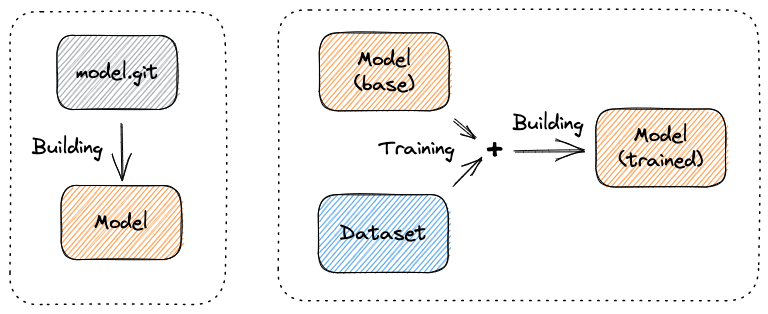
Above: static/img/diagrams/model-architecture.excalidraw.png in substratusai/substratusai.github.io (Excalidraw), before the change. Source tidied: one line per element, renumbered; positions are measured from the earlier drawing's top-left corner, leaving out a move shared by most shapes. The source it was exported from:
```json
{"id": 0, "type": "rectangle", "strokeColor": "#000000", "backgroundColor": "#fd7e14", "fillStyle": "hachure", "strokeWidth": 1, "roughness": 1, "round": true, "x": 51, "y": 176, "width": 120, "height": 74}
{"id": 1, "type": "text", "text": "Model", "strokeColor": "#000000", "strokeWidth": 1, "roughness": 1, "fontSize": 20, "fontFamily": 1, "textAlign": "center", "verticalAlign": "middle", "inside": 0, "x": 84, "y": 200, "width": 54, "height": 25}
{"id": 2, "type": "rectangle", "strokeColor": "#000000", "backgroundColor": "#868e96", "fillStyle": "hachure", "strokeWidth": 1, "roughness": 1, "round": true, "x": 47, "y": 25, "width": 120, "height": 74}
{"id": 3, "type": "text", "text": "model.git", "strokeColor": "#000000", "strokeWidth": 1, "roughness": 1, "fontSize": 20, "fontFamily": 1, "textAlign": "center", "verticalAlign": "middle", "inside": 2, "x": 66, "y": 50, "width": 82, "height": 25}
{"id": 4, "type": "arrow", "strokeColor": "#000000", "strokeWidth": 1, "roughness": 1, "endArrowhead": "arrow", "round": true, "from": 2, "to": 0, "x": 111, "y": 114, "width": 1, "height": 57, "points": [[0, 0], [1, 57]]}
{"id": 5, "type": "text", "text": "Building", "strokeColor": "#000000", "strokeWidth": 1, "roughness": 1, "fontSize": 20, "fontFamily": 1, "x": 22, "y": 125, "width": 71, "height": 25}
{"id": 6, "type": "rectangle", "strokeColor": "#000000", "strokeWidth": 1, "strokeStyle": "dotted", "roughness": 1, "round": true, "x": 0, "y": 2, "width": 215, "height": 293}
{"id": 7, "type": "rectangle", "strokeColor": "#000000", "backgroundColor": "#fd7e14", "fillStyle": "hachure", "strokeWidth": 1, "roughness": 1, "round": true, "x": 309, "y": 23, "width": 130, "height": 78}
{"id": 8, "type": "text", "text": "Model\n(base)", "strokeColor": "#000000", "strokeWidth": 1, "roughness": 1, "fontSize": 20, "fontFamily": 1, "textAlign": "center", "verticalAlign": "middle", "inside": 7, "x": 344, "y": 37, "width": 60, "height": 50}
{"id": 9, "type": "rectangle", "strokeColor": "#000000", "backgroundColor": "#228be6", "fillStyle": "hachure", "strokeWidth": 1, "roughness": 1, "round": true, "x": 308, "y": 185, "width": 130, "height": 78}
{"id": 10, "type": "text", "text": "Dataset", "strokeColor": "#000000", "strokeWidth": 1, "roughness": 1, "fontSize": 20, "fontFamily": 1, "textAlign": "center", "verticalAlign": "middle", "inside": 9, "x": 330, "y": 211, "width": 87, "height": 25}
{"id": 11, "type": "rectangle", "strokeColor": "#000000", "backgroundColor": "#fd7e14", "fillStyle": "hachure", "strokeWidth": 1, "roughness": 1, "round": true, "x": 586, "y": 99, "width": 130, "height": 78}
{"id": 12, "type": "text", "text": "Model\n(trained)", "strokeColor": "#000000", "strokeWidth": 1, "roughness": 1, "fontSize": 20, "fontFamily": 1, "textAlign": "center", "verticalAlign": "middle", "inside": 11, "x": 609, "y": 113, "width": 84, "height": 50}
{"id": 13, "type": "text", "text": "+", "strokeColor": "#000000", "strokeWidth": 1, "roughness": 1, "fontSize": 36, "fontFamily": 1, "x": 473, "y": 118, "width": 22, "height": 45}
{"id": 14, "type": "arrow", "strokeColor": "#000000", "strokeWidth": 1, "roughness": 1, "endArrowhead": "arrow", "round": true, "from": 13, "to": 11, "x": 505, "y": 142, "width": 69, "height": 1, "points": [[0, 0], [69, -1]]}
{"id": 15, "type": "arrow", "strokeColor": "#000000", "strokeWidth": 1, "roughness": 1, "endArrowhead": "arrow", "round": true, "from": 9, "to": 13, "x": 444, "y": 176, "width": 28, "height": 28, "points": [[0, 0], [28, -28]]}
{"id": 16, "type": "arrow", "strokeColor": "#000000", "strokeWidth": 1, "roughness": 1, "endArrowhead": "arrow", "round": true, "from": 7, "to": 13, "x": 444, "y": 109, "width": 23, "height": 19, "points": [[0, 0], [23, 19]]}
{"id": 17, "type": "text", "text": "Training", "strokeColor": "#000000", "strokeWidth": 1, "roughness": 1, "fontSize": 20, "fontFamily": 1, "x": 369, "y": 126, "width": 75, "height": 25}
{"id": 18, "type": "rectangle", "strokeColor": "#000000", "strokeWidth": 1, "strokeStyle": "dotted", "roughness": 1, "round": true, "x": 268, "y": 0, "width": 480, "height": 291}
{"id": 19, "type": "text", "text": "Building", "strokeColor": "#000000", "strokeWidth": 1, "roughness": 1, "fontSize": 20, "fontFamily": 1, "x": 503, "y": 101, "width": 71, "height": 25}
```
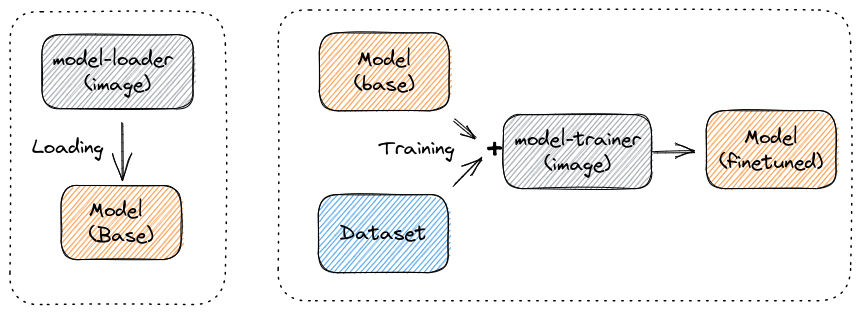
After the commit.

Diff of the diagram source:
```diff
@@ -1,20 +1,21 @@
 {"id": 0, "type": "rectangle", "strokeColor": "#000000", "backgroundColor": "#fd7e14", "fillStyle": "hachure", "strokeWidth": 1, "roughness": 1, "round": true, "x": 51, "y": 176, "width": 120, "height": 74}
-{"id": 1, "type": "text", "text": "Model", "strokeColor": "#000000", "strokeWidth": 1, "roughness": 1, "fontSize": 20, "fontFamily": 1, "textAlign": "center", "verticalAlign": "middle", "inside": 0, "x": 84, "y": 200, "width": 54, "height": 25}
+{"id": 1, "type": "text", "text": "Model \n(Base)", "strokeColor": "#000000", "strokeWidth": 1, "roughness": 1, "fontSize": 20, "fontFamily": 1, "textAlign": "center", "verticalAlign": "middle", "inside": 0, "x": 79, "y": 188, "width": 65, "height": 50}
-{"id": 2, "type": "rectangle", "strokeColor": "#000000", "backgroundColor": "#868e96", "fillStyle": "hachure", "strokeWidth": 1, "roughness": 1, "round": true, "x": 47, "y": 25, "width": 120, "height": 74}
+{"id": 2, "type": "rectangle", "strokeColor": "#000000", "backgroundColor": "#868e96", "fillStyle": "hachure", "strokeWidth": 1, "roughness": 1, "round": true, "x": 32, "y": 25, "width": 151, "height": 74}
-{"id": 3, "type": "text", "text": "model.git", "strokeColor": "#000000", "strokeWidth": 1, "roughness": 1, "fontSize": 20, "fontFamily": 1, "textAlign": "center", "verticalAlign": "middle", "inside": 2, "x": 66, "y": 50, "width": 82, "height": 25}
+{"id": 3, "type": "text", "text": "model-loader \n(image)", "strokeColor": "#000000", "strokeWidth": 1, "roughness": 1, "fontSize": 20, "fontFamily": 1, "textAlign": "center", "verticalAlign": "middle", "inside": 2, "x": 42, "y": 37, "width": 130, "height": 50}
-{"id": 4, "type": "arrow", "strokeColor": "#000000", "strokeWidth": 1, "roughness": 1, "endArrowhead": "arrow", "round": true, "from": 2, "to": 0, "x": 111, "y": 114, "width": 1, "height": 57, "points": [[0, 0], [1, 57]]}
+{"id": 4, "type": "arrow", "strokeColor": "#000000", "strokeWidth": 1, "roughness": 1, "endArrowhead": "arrow", "round": true, "from": 2, "to": 0, "x": 112, "y": 113, "width": 1, "height": 57, "points": [[0, 0], [1, 57]]}
-{"id": 5, "type": "text", "text": "Building", "strokeColor": "#000000", "strokeWidth": 1, "roughness": 1, "fontSize": 20, "fontFamily": 1, "x": 22, "y": 125, "width": 71, "height": 25}
+{"id": 5, "type": "text", "text": "Loading", "strokeColor": "#000000", "strokeWidth": 1, "roughness": 1, "fontSize": 20, "fontFamily": 1, "x": 22, "y": 125, "width": 72, "height": 25}
 {"id": 6, "type": "rectangle", "strokeColor": "#000000", "strokeWidth": 1, "strokeStyle": "dotted", "roughness": 1, "round": true, "x": 0, "y": 2, "width": 215, "height": 293}
 {"id": 7, "type": "rectangle", "strokeColor": "#000000", "backgroundColor": "#fd7e14", "fillStyle": "hachure", "strokeWidth": 1, "roughness": 1, "round": true, "x": 309, "y": 23, "width": 130, "height": 78}
 {"id": 8, "type": "text", "text": "Model\n(base)", "strokeColor": "#000000", "strokeWidth": 1, "roughness": 1, "fontSize": 20, "fontFamily": 1, "textAlign": "center", "verticalAlign": "middle", "inside": 7, "x": 344, "y": 37, "width": 60, "height": 50}
 {"id": 9, "type": "rectangle", "strokeColor": "#000000", "backgroundColor": "#228be6", "fillStyle": "hachure", "strokeWidth": 1, "roughness": 1, "round": true, "x": 308, "y": 185, "width": 130, "height": 78}
 {"id": 10, "type": "text", "text": "Dataset", "strokeColor": "#000000", "strokeWidth": 1, "roughness": 1, "fontSize": 20, "fontFamily": 1, "textAlign": "center", "verticalAlign": "middle", "inside": 9, "x": 330, "y": 211, "width": 87, "height": 25}
-{"id": 11, "type": "rectangle", "strokeColor": "#000000", "backgroundColor": "#fd7e14", "fillStyle": "hachure", "strokeWidth": 1, "roughness": 1, "round": true, "x": 586, "y": 99, "width": 130, "height": 78}
+{"id": 11, "type": "rectangle", "strokeColor": "#000000", "backgroundColor": "#fd7e14", "fillStyle": "hachure", "strokeWidth": 1, "roughness": 1, "round": true, "x": 696, "y": 101, "width": 130, "height": 78}
-{"id": 12, "type": "text", "text": "Model\n(trained)", "strokeColor": "#000000", "strokeWidth": 1, "roughness": 1, "fontSize": 20, "fontFamily": 1, "textAlign": "center", "verticalAlign": "middle", "inside": 11, "x": 609, "y": 113, "width": 84, "height": 50}
+{"id": 12, "type": "text", "text": "Model\n(finetuned)", "strokeColor": "#000000", "strokeWidth": 1, "roughness": 1, "fontSize": 20, "fontFamily": 1, "textAlign": "center", "verticalAlign": "middle", "inside": 11, "x": 709, "y": 115, "width": 104, "height": 50}
-{"id": 13, "type": "text", "text": "+", "strokeColor": "#000000", "strokeWidth": 1, "roughness": 1, "fontSize": 36, "fontFamily": 1, "x": 473, "y": 118, "width": 22, "height": 45}
+{"id": 13, "type": "text", "text": "+", "strokeColor": "#000000", "strokeWidth": 1, "roughness": 1, "fontSize": 36, "fontFamily": 1, "x": 473, "y": 118, "width": 23, "height": 45}
-{"id": 14, "type": "arrow", "strokeColor": "#000000", "strokeWidth": 1, "roughness": 1, "endArrowhead": "arrow", "round": true, "from": 13, "to": 11, "x": 505, "y": 142, "width": 69, "height": 1, "points": [[0, 0], [69, -1]]}
+{"id": 14, "type": "arrow", "strokeColor": "#000000", "strokeWidth": 1, "roughness": 1, "endArrowhead": "arrow", "round": true, "from": 20, "to": 11, "x": 644, "y": 143, "width": 41, "height": 1, "points": [[0, 0], [41, -1]]}
 {"id": 15, "type": "arrow", "strokeColor": "#000000", "strokeWidth": 1, "roughness": 1, "endArrowhead": "arrow", "round": true, "from": 9, "to": 13, "x": 444, "y": 176, "width": 28, "height": 28, "points": [[0, 0], [28, -28]]}
 {"id": 16, "type": "arrow", "strokeColor": "#000000", "strokeWidth": 1, "roughness": 1, "endArrowhead": "arrow", "round": true, "from": 7, "to": 13, "x": 444, "y": 109, "width": 23, "height": 19, "points": [[0, 0], [23, 19]]}
 {"id": 17, "type": "text", "text": "Training", "strokeColor": "#000000", "strokeWidth": 1, "roughness": 1, "fontSize": 20, "fontFamily": 1, "x": 369, "y": 126, "width": 75, "height": 25}
-{"id": 18, "type": "rectangle", "strokeColor": "#000000", "strokeWidth": 1, "strokeStyle": "dotted", "roughness": 1, "round": true, "x": 268, "y": 0, "width": 480, "height": 291}
+{"id": 18, "type": "rectangle", "strokeColor": "#000000", "strokeWidth": 1, "strokeStyle": "dotted", "roughness": 1, "round": true, "x": 268, "y": 0, "width": 572, "height": 291}
-{"id": 19, "type": "text", "text": "Building", "strokeColor": "#000000", "strokeWidth": 1, "roughness": 1, "fontSize": 20, "fontFamily": 1, "x": 503, "y": 101, "width": 71, "height": 25}
+{"id": 20, "type": "rectangle", "strokeColor": "#000000", "backgroundColor": "#868e96", "fillStyle": "hachure", "strokeWidth": 1, "roughness": 1, "round": true, "x": 494, "y": 105, "width": 148, "height": 74}
+{"id": 21, "type": "text", "text": "model-trainer\n(image)", "strokeColor": "#000000", "strokeWidth": 1, "roughness": 1, "fontSize": 20, "fontFamily": 1, "textAlign": "center", "verticalAlign": "middle", "inside": 20, "x": 504, "y": 117, "width": 126, "height": 50}
```
